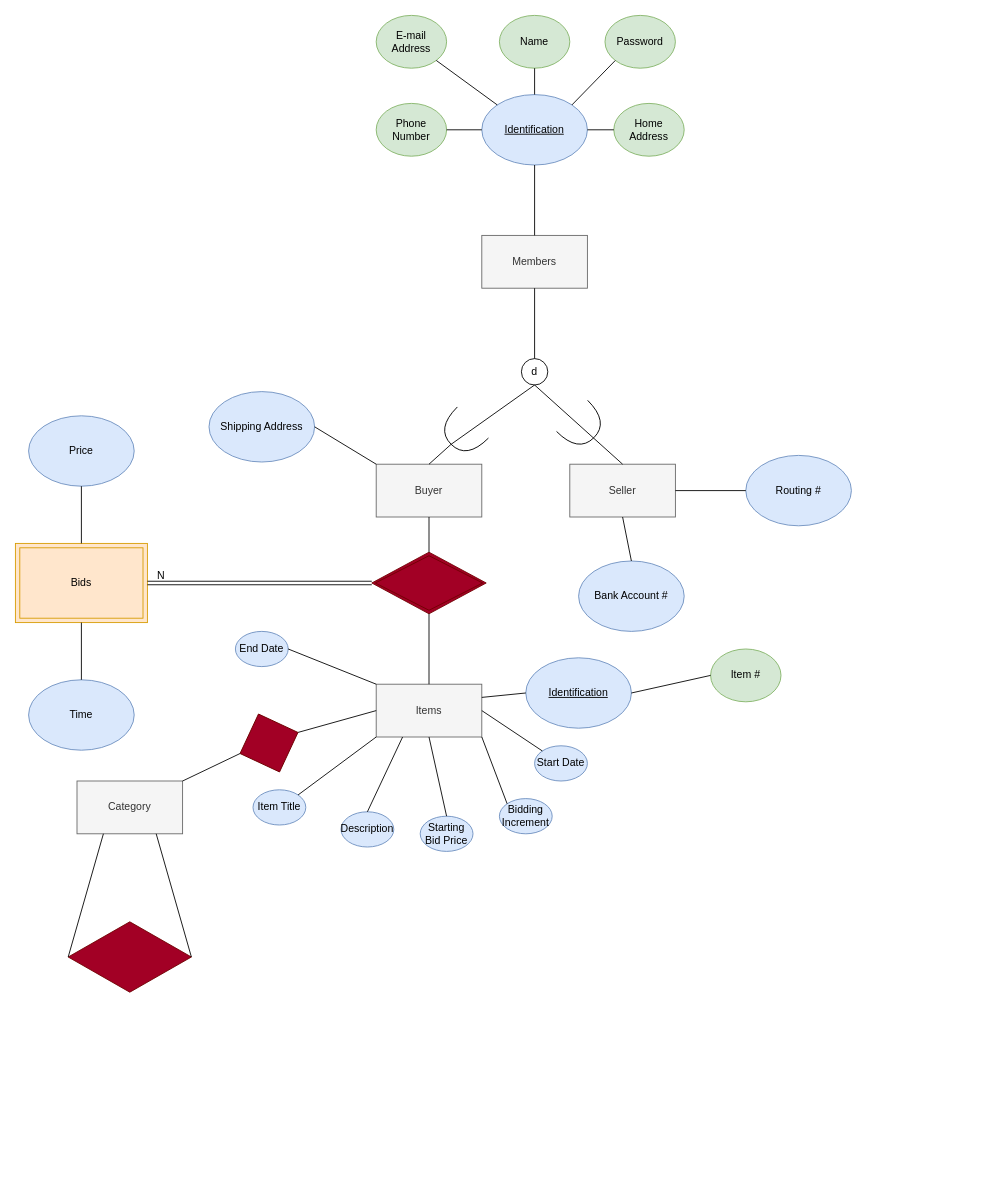
Above: EER Modelling.drawio in William-BC-CA/CPSC2221_EER_Modelling_Diagram (draw.io), before the change. Source tidied: cells renumbered, new cells numbered last; positions are measured from the earlier drawing's top-left corner, leaving out a move shared by most shapes. Both pictures are drawn from the tidied source at 88%, with x=0, y=0 at pixel (15, 15).
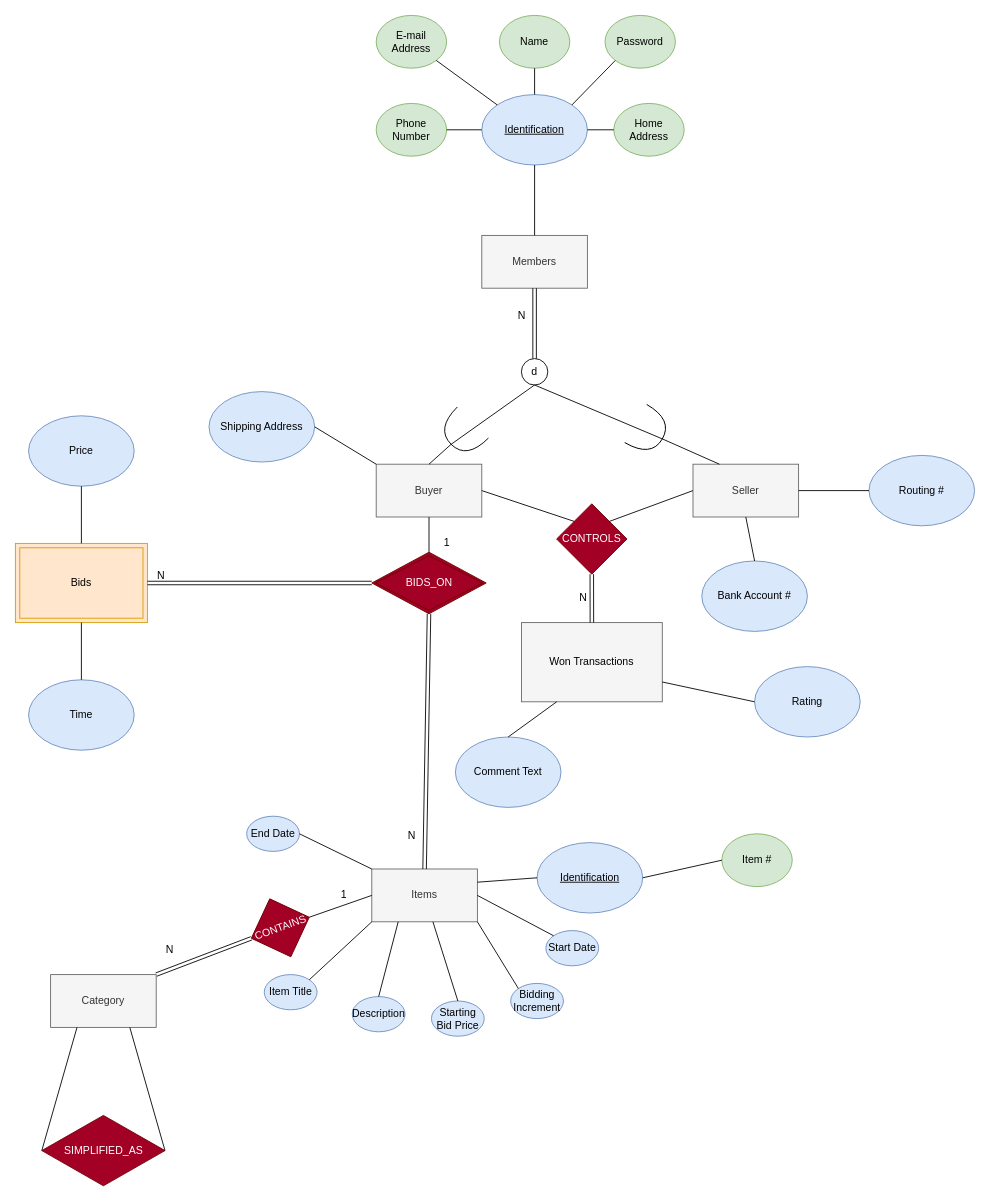
Above is the later version.

The change refers to these unchanged cells:
```xml
<mxCell id="2" value="Members" style="rounded=0;whiteSpace=wrap;html=1;fillColor=#f5f5f5;fontColor=#333333;strokeColor=#666666;" parent="1" vertex="1">
  <mxGeometry x="530" y="250" width="120" height="60" as="geometry" />
</mxCell>
<mxCell id="14" value="d" style="ellipse;whiteSpace=wrap;html=1;" parent="1" vertex="1">
  <mxGeometry x="575" y="390" width="30" height="30" as="geometry" />
</mxCell>
<mxCell id="16" value="Buyer" style="rounded=0;whiteSpace=wrap;html=1;fillColor=#f5f5f5;fontColor=#333333;strokeColor=#666666;" parent="1" vertex="1">
  <mxGeometry x="410" y="510" width="120" height="60" as="geometry" />
</mxCell>
<mxCell id="56" style="shape=rhombus;double=1;perimeter=rhombusPerimeter;whiteSpace=wrap;html=1;align=center;fillColor=#a20025;fontColor=#ffffff;strokeColor=#6F0000;" parent="1" vertex="1">
  <mxGeometry x="405" y="610" width="130" height="70" as="geometry" />
</mxCell>
```

What changed in the source:
```diff
@@
-    <mxCell id="15" style="endArrow=none;html=1;rounded=0;exitX=0.5;exitY=1;exitDx=0;exitDy=0;entryX=0.5;entryY=0;entryDx=0;entryDy=0;" parent="1" edge="1" source="2" target="14">
-      <mxGeometry relative="1" as="geometry" />
-    </mxCell>
@@
     <mxCell id="20" value="Seller" style="rounded=0;whiteSpace=wrap;html=1;fillColor=#f5f5f5;fontColor=#333333;strokeColor=#666666;" parent="1" vertex="1">
-      <mxGeometry x="630" y="510" width="120" height="60" as="geometry" />
+      <mxGeometry x="770" y="510" width="120" height="60" as="geometry" />
     </mxCell>
-    <mxCell id="21" style="endArrow=none;html=1;rounded=0;exitX=0.5;exitY=1;exitDx=0;exitDy=0;entryX=0.5;entryY=0;entryDx=0;entryDy=0;" parent="1" edge="1" source="14" target="20">
+    <mxCell id="21" style="endArrow=none;html=1;rounded=0;exitX=1;exitY=0.5;exitDx=0;exitDy=0;entryX=0.25;entryY=0;entryDx=0;entryDy=0;startArrow=none;exitPerimeter=0;" parent="1" edge="1" source="22" target="20">
       <mxGeometry relative="1" as="geometry" />
     </mxCell>
-    <mxCell id="22" style="shape=requiredInterface;html=1;verticalLabelPosition=bottom;sketch=0;rotation=135;direction=north;" parent="1" vertex="1">
-      <mxGeometry x="620" y="450" width="50" height="35" as="geometry" />
-    </mxCell>
@@
     <mxCell id="25" value="Bank Account #" style="ellipse;whiteSpace=wrap;html=1;fillColor=#dae8fc;strokeColor=#6c8ebf;" parent="1" vertex="1">
-      <mxGeometry x="640" y="620" width="120" height="80" as="geometry" />
+      <mxGeometry x="780" y="620" width="120" height="80" as="geometry" />
     </mxCell>
     <mxCell id="26" value="Routing #" style="ellipse;whiteSpace=wrap;html=1;fillColor=#dae8fc;strokeColor=#6c8ebf;" parent="1" vertex="1">
-      <mxGeometry x="830" y="500" width="120" height="80" as="geometry" />
+      <mxGeometry x="970" y="500" width="120" height="80" as="geometry" />
     </mxCell>
@@
     <mxCell id="30" value="Items" style="rounded=0;whiteSpace=wrap;html=1;fillColor=#f5f5f5;fontColor=#333333;strokeColor=#666666;" parent="1" vertex="1">
-      <mxGeometry x="410" y="760" width="120" height="60" as="geometry" />
+      <mxGeometry x="405" y="970" width="120" height="60" as="geometry" />
     </mxCell>
     <mxCell id="31" value="&lt;u&gt;Identification&lt;/u&gt;" style="ellipse;whiteSpace=wrap;html=1;fillColor=#dae8fc;strokeColor=#6c8ebf;" parent="1" vertex="1">
-      <mxGeometry x="580" y="730" width="120" height="80" as="geometry" />
+      <mxGeometry x="592.8" y="940" width="120" height="80" as="geometry" />
     </mxCell>
     <mxCell id="32" value="Item #" style="ellipse;whiteSpace=wrap;html=1;fillColor=#d5e8d4;strokeColor=#82b366;" parent="1" vertex="1">
-      <mxGeometry x="790" y="720" width="80" height="60" as="geometry" />
+      <mxGeometry x="802.8" y="930" width="80" height="60" as="geometry" />
     </mxCell>
     <mxCell id="33" value="Item Title" style="ellipse;whiteSpace=wrap;html=1;fillColor=#dae8fc;strokeColor=#6c8ebf;" parent="1" vertex="1">
-      <mxGeometry x="270" y="880" width="60" height="40" as="geometry" />
+      <mxGeometry x="282.8" y="1090" width="60" height="40" as="geometry" />
     </mxCell>
     <mxCell id="34" value="Description" style="ellipse;whiteSpace=wrap;html=1;fillColor=#dae8fc;strokeColor=#6c8ebf;" parent="1" vertex="1">
-      <mxGeometry x="370" y="905" width="60" height="40" as="geometry" />
+      <mxGeometry x="382.8" y="1115" width="60" height="40" as="geometry" />
     </mxCell>
     <mxCell id="35" value="Starting Bid Price" style="ellipse;whiteSpace=wrap;html=1;fillColor=#dae8fc;strokeColor=#6c8ebf;" parent="1" vertex="1">
-      <mxGeometry x="460" y="910" width="60" height="40" as="geometry" />
+      <mxGeometry x="472.8" y="1120" width="60" height="40" as="geometry" />
     </mxCell>
     <mxCell id="36" value="Bidding Increment" style="ellipse;whiteSpace=wrap;html=1;fillColor=#dae8fc;strokeColor=#6c8ebf;" parent="1" vertex="1">
-      <mxGeometry x="550" y="890" width="60" height="40" as="geometry" />
+      <mxGeometry x="562.8" y="1100" width="60" height="40" as="geometry" />
     </mxCell>
     <mxCell id="37" value="Start Date" style="ellipse;whiteSpace=wrap;html=1;fillColor=#dae8fc;strokeColor=#6c8ebf;" parent="1" vertex="1">
-      <mxGeometry x="590" y="830" width="60" height="40" as="geometry" />
+      <mxGeometry x="602.8" y="1040" width="60" height="40" as="geometry" />
     </mxCell>
     <mxCell id="38" value="End Date" style="ellipse;whiteSpace=wrap;html=1;fillColor=#dae8fc;strokeColor=#6c8ebf;" parent="1" vertex="1">
-      <mxGeometry x="250" y="700" width="60" height="40" as="geometry" />
+      <mxGeometry x="262.8" y="910" width="60" height="40" as="geometry" />
     </mxCell>
@@
-    <mxCell id="44" style="endArrow=none;html=1;rounded=0;exitX=0.5;exitY=0;exitDx=0;exitDy=0;entryX=0.5;entryY=1;entryDx=0;entryDy=0;" parent="1" edge="1" source="35" target="30">
+    <mxCell id="44" style="endArrow=none;html=1;rounded=0;exitX=0.5;exitY=0;exitDx=0;exitDy=0;" parent="1" edge="1" source="35" target="30">
       <mxGeometry relative="1" as="geometry" />
     </mxCell>
@@
     <mxCell id="47" value="Category" style="rounded=0;whiteSpace=wrap;html=1;fillColor=#f5f5f5;fontColor=#333333;strokeColor=#666666;" parent="1" vertex="1">
-      <mxGeometry x="70" y="870" width="120" height="60" as="geometry" />
+      <mxGeometry x="40" y="1090" width="120" height="60" as="geometry" />
     </mxCell>
     <mxCell id="48" style="rhombus;whiteSpace=wrap;html=1;fillColor=#a20025;fontColor=#ffffff;strokeColor=#6F0000;" parent="1" vertex="1">
-      <mxGeometry x="60" y="1030" width="140" height="80" as="geometry" />
+      <mxGeometry x="30" y="1250" width="140" height="80" as="geometry" />
     </mxCell>
@@
-    <mxCell id="60" style="endArrow=none;html=1;rounded=0;exitX=0.5;exitY=0;exitDx=0;exitDy=0;entryX=0.5;entryY=1;entryDx=0;entryDy=0;" parent="1" edge="1" source="30" target="56">
-      <mxGeometry relative="1" as="geometry" />
-    </mxCell>
@@
     <mxCell id="62" style="rhombus;whiteSpace=wrap;html=1;rotation=-20;fillColor=#a20025;strokeColor=#6F0000;fontColor=#ffffff;" parent="1" vertex="1">
-      <mxGeometry x="253.2" y="791.8" width="70" height="70" as="geometry" />
+      <mxGeometry x="266" y="1001.8" width="70" height="70" as="geometry" />
     </mxCell>
-    <mxCell id="63" style="endArrow=none;html=1;exitX=1;exitY=0;exitDx=0;exitDy=0;entryX=0;entryY=0.5;entryDx=0;entryDy=0;" parent="1" edge="1" source="47" target="62">
-      <mxGeometry relative="1" as="geometry" />
-    </mxCell>
+    <mxCell id="64" style="shape=link;html=1;rounded=0;entryX=0.5;entryY=0;entryDx=0;entryDy=0;exitX=0.5;exitY=1;exitDx=0;exitDy=0;" parent="1" edge="1" source="56" target="30">
+      <mxGeometry relative="1" as="geometry" />
+    </mxCell>
+    <mxCell id="65" value="N" style="html=1;align=right;verticalAlign=bottom;" parent="64" vertex="1">
+      <mxGeometry x="1" relative="1" as="geometry">
+        <mxPoint x="-10" y="-30" as="offset" />
+      </mxGeometry>
+    </mxCell>
+    <mxCell id="66" value="1" style="text;html=1;align=center;verticalAlign=middle;strokeColor=none;fillColor=none;" parent="1" vertex="1">
+      <mxGeometry x="480" y="590" width="20" height="20" as="geometry" />
+    </mxCell>
+    <mxCell id="67" style="shape=link;html=1;rounded=0;entryX=1;entryY=0;entryDx=0;entryDy=0;exitX=0;exitY=0.5;exitDx=0;exitDy=0;" parent="1" edge="1" source="62" target="47">
+      <mxGeometry relative="1" as="geometry" />
+    </mxCell>
+    <mxCell id="68" value="N" style="html=1;align=right;verticalAlign=bottom;" parent="67" vertex="1">
+      <mxGeometry x="1" relative="1" as="geometry">
+        <mxPoint x="20" y="-20" as="offset" />
+      </mxGeometry>
+    </mxCell>
+    <mxCell id="69" value="1" style="text;html=1;align=center;verticalAlign=middle;strokeColor=none;fillColor=none;" parent="1" vertex="1">
+      <mxGeometry x="362.8" y="990" width="20" height="20" as="geometry" />
+    </mxCell>
+    <mxCell id="70" value="&lt;font color=&quot;#ffffff&quot;&gt;CONTAINS&lt;/font&gt;" style="text;html=1;align=center;verticalAlign=middle;rotation=-20;" parent="1" vertex="1">
+      <mxGeometry x="261" y="1026.8" width="80" height="20" as="geometry" />
+    </mxCell>
+    <mxCell id="71" value="BIDS_ON" style="text;html=1;align=center;verticalAlign=middle;strokeColor=none;fillColor=none;fontColor=#FFFFFF;" parent="1" vertex="1">
+      <mxGeometry x="435" y="635" width="70" height="20" as="geometry" />
+    </mxCell>
+    <mxCell id="72" value="&lt;font color=&quot;#000000&quot;&gt;Won Transactions&lt;/font&gt;" style="rounded=0;whiteSpace=wrap;html=1;fontColor=#333333;fillColor=#f5f5f5;strokeColor=#666666;" parent="1" vertex="1">
+      <mxGeometry x="575.1" y="690" width="160" height="90" as="geometry" />
+    </mxCell>
+    <mxCell id="73" value="Rating" style="ellipse;whiteSpace=wrap;html=1;fillColor=#dae8fc;strokeColor=#6c8ebf;" parent="1" vertex="1">
+      <mxGeometry x="840" y="740" width="120" height="80" as="geometry" />
+    </mxCell>
+    <mxCell id="74" value="Comment Text" style="ellipse;whiteSpace=wrap;html=1;fillColor=#dae8fc;strokeColor=#6c8ebf;" parent="1" vertex="1">
+      <mxGeometry x="500" y="820" width="120" height="80" as="geometry" />
+    </mxCell>
+    <mxCell id="75" style="endArrow=none;html=1;fontColor=#000000;exitX=0.5;exitY=0;exitDx=0;exitDy=0;entryX=0.25;entryY=1;entryDx=0;entryDy=0;" parent="1" edge="1" source="74" target="72">
+      <mxGeometry relative="1" as="geometry" />
+    </mxCell>
+    <mxCell id="76" style="endArrow=none;html=1;fontColor=#000000;exitX=1;exitY=0.75;exitDx=0;exitDy=0;entryX=0;entryY=0.5;entryDx=0;entryDy=0;" parent="1" edge="1" source="72" target="73">
+      <mxGeometry relative="1" as="geometry" />
+    </mxCell>
+    <mxCell id="22" style="shape=requiredInterface;html=1;verticalLabelPosition=bottom;sketch=0;rotation=120;direction=north;" parent="1" vertex="1">
+      <mxGeometry x="695" y="455" width="50" height="35" as="geometry" />
+    </mxCell>
+    <mxCell id="77" style="endArrow=none;html=1;rounded=0;exitX=0.5;exitY=1;exitDx=0;exitDy=0;entryX=1;entryY=0.5;entryDx=0;entryDy=0;entryPerimeter=0;" parent="1" edge="1" source="14" target="22">
+      <mxGeometry relative="1" as="geometry" />
+    </mxCell>
+    <mxCell id="78" value="&lt;font color=&quot;#ffffff&quot;&gt;CONTROLS&lt;/font&gt;" style="rhombus;whiteSpace=wrap;html=1;fontColor=#ffffff;fillColor=#a20025;strokeColor=#6F0000;" parent="1" vertex="1">
+      <mxGeometry x="615" y="555" width="80" height="80" as="geometry" />
+    </mxCell>
+    <mxCell id="79" style="endArrow=none;html=1;fontColor=#FFFFFF;exitX=1;exitY=0.5;exitDx=0;exitDy=0;entryX=0;entryY=0;entryDx=0;entryDy=0;" parent="1" edge="1" source="16" target="78">
+      <mxGeometry relative="1" as="geometry" />
+    </mxCell>
+    <mxCell id="80" style="endArrow=none;html=1;fontColor=#FFFFFF;entryX=0;entryY=0.5;entryDx=0;entryDy=0;exitX=1;exitY=0;exitDx=0;exitDy=0;" parent="1" edge="1" source="78" target="20">
+      <mxGeometry relative="1" as="geometry" />
+    </mxCell>
+    <mxCell id="81" style="shape=link;html=1;rounded=0;fontColor=#FFFFFF;entryX=0.5;entryY=1;entryDx=0;entryDy=0;exitX=0.5;exitY=0;exitDx=0;exitDy=0;" parent="1" edge="1" source="14" target="2">
+      <mxGeometry relative="1" as="geometry" />
+    </mxCell>
+    <mxCell id="82" value="&lt;font color=&quot;#000000&quot;&gt;N&lt;/font&gt;" style="html=1;align=right;verticalAlign=bottom;fontColor=#FFFFFF;" parent="81" vertex="1">
+      <mxGeometry x="1" relative="1" as="geometry">
+        <mxPoint x="-10" y="40" as="offset" />
+      </mxGeometry>
+    </mxCell>
+    <mxCell id="83" value="&lt;font color=&quot;#ffffff&quot;&gt;SIMPLIFIED_AS&lt;/font&gt;" style="text;html=1;align=center;verticalAlign=middle;strokeColor=none;fillColor=none;fontColor=#000000;" parent="1" vertex="1">
+      <mxGeometry x="50" y="1280" width="100" height="20" as="geometry" />
+    </mxCell>
+    <mxCell id="84" style="shape=link;html=1;rounded=0;fontColor=#FFFFFF;entryX=0.5;entryY=0;entryDx=0;entryDy=0;exitX=0.5;exitY=1;exitDx=0;exitDy=0;" parent="1" edge="1" source="78" target="72">
+      <mxGeometry relative="1" as="geometry" />
+    </mxCell>
+    <mxCell id="85" value="&lt;font color=&quot;#000000&quot;&gt;N&lt;/font&gt;" style="html=1;align=right;verticalAlign=bottom;fontColor=#FFFFFF;" parent="84" vertex="1">
+      <mxGeometry x="1" relative="1" as="geometry">
+        <mxPoint x="-5" y="-20" as="offset" />
+      </mxGeometry>
+    </mxCell>
```
